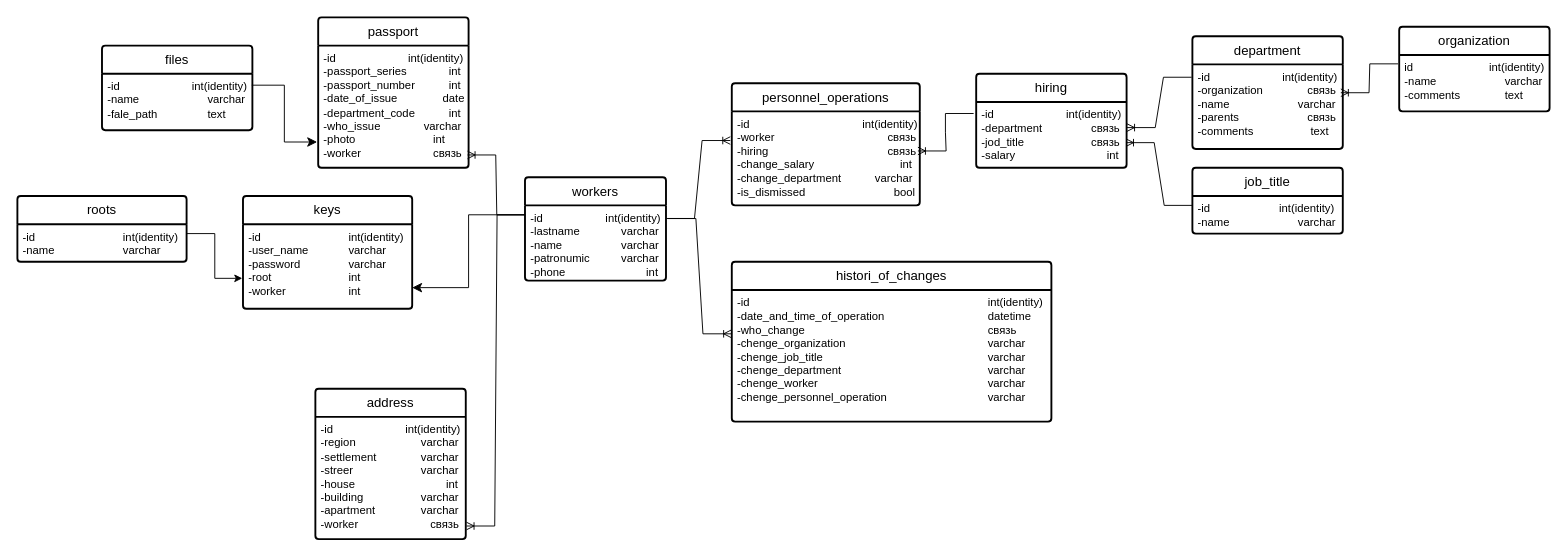
Before: readme md/docs/db.drawio in Bleh23325/hr-tz, a draw.io diagram. Source tidied: cells renumbered, new cells numbered last; positions are measured from the earlier drawing's top-left corner, leaving out a move shared by most shapes. Both pictures are drawn from the tidied source at 94%, with x=0, y=0 at pixel (17, 17).
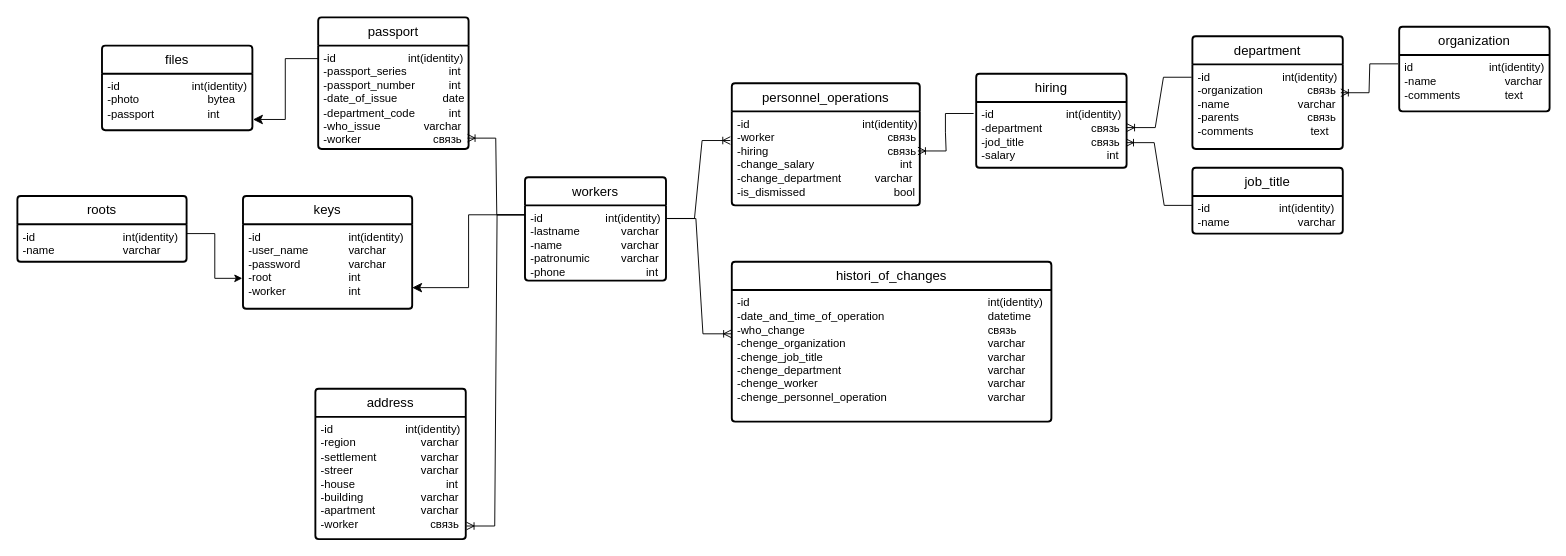
Above is the later version.

Unchanged cells that the change refers to:
```xml
<mxCell id="32" value="files" style="swimlane;horizontal=1;startSize=30;rounded=1;fontSize=14;fontStyle=0;strokeWidth=2;shadow=0;dashed=0;align=center;arcSize=4;whiteSpace=wrap;html=1;" parent="1" vertex="1">
  <mxGeometry x="90" y="30" width="160" height="90" as="geometry" />
</mxCell>
```

The edit, as a diff of the source:
```diff
@@
     <mxCell id="6" value="passport" style="swimlane;horizontal=1;startSize=30;rounded=1;fontSize=14;fontStyle=0;strokeWidth=2;shadow=0;dashed=0;align=center;arcSize=4;whiteSpace=wrap;html=1;" parent="1" vertex="1">
-      <mxGeometry x="320" width="160" height="160" as="geometry" />
+      <mxGeometry x="320" width="160" height="140" as="geometry" />
     </mxCell>
-    <mxCell id="7" value="-id&lt;span style=&quot;white-space: pre;&quot;&gt;&#9;&lt;/span&gt;&lt;span style=&quot;white-space: pre;&quot;&gt;&#9;&lt;/span&gt;&lt;span style=&quot;white-space: pre;&quot;&gt;&#9;&lt;/span&gt;&amp;nbsp; &amp;nbsp;int(identity)&lt;div&gt;-passport_series&lt;span style=&quot;white-space: pre;&quot;&gt;&#9;&lt;/span&gt;&lt;span style=&quot;white-space: pre;&quot;&gt;&#9;&lt;/span&gt;int&lt;/div&gt;&lt;div&gt;-passport_number&lt;span style=&quot;white-space: pre;&quot;&gt;&#9;&lt;/span&gt;&lt;span style=&quot;white-space: pre;&quot;&gt;&#9;&lt;/span&gt;int&lt;/div&gt;&lt;div&gt;-date_of_issue&lt;span style=&quot;white-space: pre;&quot;&gt;&#9;&lt;/span&gt;&amp;nbsp; &amp;nbsp; &amp;nbsp; date&lt;/div&gt;&lt;div&gt;-department_code&lt;span style=&quot;white-space: pre;&quot;&gt;&#9;&lt;span style=&quot;white-space: pre;&quot;&gt;&#9;&lt;/span&gt;&lt;/span&gt;int&lt;/div&gt;&lt;div&gt;-who_issue&lt;span style=&quot;white-space: pre;&quot;&gt;&#9;&lt;/span&gt;&lt;span style=&quot;white-space: pre;&quot;&gt;&#9;&lt;/span&gt;varchar&lt;/div&gt;&lt;div&gt;-photo&lt;span style=&quot;white-space: pre;&quot;&gt;&#9;&lt;/span&gt;&lt;span style=&quot;white-space: pre;&quot;&gt;&#9;&lt;/span&gt;&lt;span style=&quot;white-space: pre;&quot;&gt;&#9;&lt;/span&gt;&amp;nbsp; &amp;nbsp;int&lt;/div&gt;&lt;div&gt;-worker&lt;span style=&quot;white-space: pre;&quot;&gt;&#9;&lt;/span&gt;&lt;span style=&quot;white-space: pre;&quot;&gt;&#9;&lt;/span&gt;&lt;span style=&quot;white-space: pre;&quot;&gt;&#9;&lt;/span&gt;&amp;nbsp; &amp;nbsp;связь&lt;/div&gt;" style="align=left;strokeColor=none;fillColor=none;spacingLeft=4;fontSize=12;verticalAlign=top;html=1;" parent="6" vertex="1">
-      <mxGeometry y="30" width="160" height="130" as="geometry" />
+    <mxCell id="7" value="-id&lt;span style=&quot;white-space: pre;&quot;&gt;&#9;&lt;/span&gt;&lt;span style=&quot;white-space: pre;&quot;&gt;&#9;&lt;/span&gt;&lt;span style=&quot;white-space: pre;&quot;&gt;&#9;&lt;/span&gt;&amp;nbsp; &amp;nbsp;int(identity)&lt;div&gt;-passport_series&lt;span style=&quot;white-space: pre;&quot;&gt;&#9;&lt;/span&gt;&lt;span style=&quot;white-space: pre;&quot;&gt;&#9;&lt;/span&gt;int&lt;/div&gt;&lt;div&gt;-passport_number&lt;span style=&quot;white-space: pre;&quot;&gt;&#9;&lt;/span&gt;&lt;span style=&quot;white-space: pre;&quot;&gt;&#9;&lt;/span&gt;int&lt;/div&gt;&lt;div&gt;-date_of_issue&lt;span style=&quot;white-space: pre;&quot;&gt;&#9;&lt;/span&gt;&amp;nbsp; &amp;nbsp; &amp;nbsp; date&lt;/div&gt;&lt;div&gt;-department_code&lt;span style=&quot;white-space: pre;&quot;&gt;&#9;&lt;span style=&quot;white-space: pre;&quot;&gt;&#9;&lt;/span&gt;&lt;/span&gt;int&lt;/div&gt;&lt;div&gt;-who_issue&lt;span style=&quot;white-space: pre;&quot;&gt;&#9;&lt;/span&gt;&lt;span style=&quot;white-space: pre;&quot;&gt;&#9;&lt;/span&gt;varchar&lt;/div&gt;&lt;div&gt;-worker&lt;span style=&quot;white-space: pre;&quot;&gt;&#9;&lt;/span&gt;&lt;span style=&quot;white-space: pre;&quot;&gt;&#9;&lt;/span&gt;&lt;span style=&quot;white-space: pre;&quot;&gt;&#9;&lt;/span&gt;&amp;nbsp; &amp;nbsp;связь&lt;/div&gt;" style="align=left;strokeColor=none;fillColor=none;spacingLeft=4;fontSize=12;verticalAlign=top;html=1;" parent="6" vertex="1">
+      <mxGeometry y="30" width="160" height="110" as="geometry" />
     </mxCell>
@@
-    <mxCell id="33" value="-id&lt;span style=&quot;white-space: pre;&quot;&gt;&#9;&lt;/span&gt;&lt;span style=&quot;white-space: pre;&quot;&gt;&#9;&lt;/span&gt;&lt;span style=&quot;white-space: pre;&quot;&gt;&#9;&lt;/span&gt;&amp;nbsp; &amp;nbsp;int(identity)&lt;div&gt;-name&lt;span style=&quot;white-space: pre;&quot;&gt;&#9;&lt;/span&gt;&lt;span style=&quot;white-space: pre;&quot;&gt;&#9;&lt;/span&gt;&lt;span style=&quot;white-space: pre;&quot;&gt;&#9;&lt;/span&gt;varchar&lt;/div&gt;&lt;div&gt;-fale_path&lt;span style=&quot;white-space: pre;&quot;&gt;&#9;&lt;/span&gt;&lt;span style=&quot;white-space: pre;&quot;&gt;&#9;&lt;/span&gt;text&lt;/div&gt;" style="align=left;strokeColor=none;fillColor=none;spacingLeft=4;fontSize=12;verticalAlign=top;html=1;" parent="32" vertex="1">
+    <mxCell id="33" value="-id&lt;span style=&quot;white-space: pre;&quot;&gt;&#9;&lt;/span&gt;&lt;span style=&quot;white-space: pre;&quot;&gt;&#9;&lt;/span&gt;&lt;span style=&quot;white-space: pre;&quot;&gt;&#9;&lt;/span&gt;&amp;nbsp; &amp;nbsp;int(identity)&lt;div&gt;-photo&lt;span style=&quot;white-space: pre;&quot;&gt;&#9;&lt;/span&gt;&lt;span style=&quot;white-space: pre;&quot;&gt;&#9;&lt;/span&gt;&lt;span style=&quot;white-space: pre;&quot;&gt;&#9;&lt;/span&gt;bytea&lt;/div&gt;&lt;div&gt;-passport&lt;span style=&quot;white-space: pre;&quot;&gt;&#9;&lt;/span&gt;&lt;span style=&quot;white-space: pre;&quot;&gt;&#9;&lt;/span&gt;&lt;span style=&quot;white-space: pre;&quot;&gt;&#9;&lt;/span&gt;int&lt;/div&gt;" style="align=left;strokeColor=none;fillColor=none;spacingLeft=4;fontSize=12;verticalAlign=top;html=1;" parent="32" vertex="1">
       <mxGeometry y="30" width="160" height="60" as="geometry" />
     </mxCell>
@@
-    <mxCell id="35" style="edgeStyle=elbowEdgeStyle;elbow=horizontal;endArrow=classic;html=1;curved=0;rounded=0;endSize=8;startSize=8;exitX=0.996;exitY=0.202;exitDx=0;exitDy=0;exitPerimeter=0;entryX=-0.007;entryY=0.789;entryDx=0;entryDy=0;entryPerimeter=0;" parent="1" edge="1" source="33" target="7">
-      <mxGeometry relative="1" as="geometry" />
-    </mxCell>
@@
+    <mxCell id="38" style="edgeStyle=elbowEdgeStyle;elbow=horizontal;endArrow=classic;html=1;curved=0;rounded=0;endSize=8;startSize=8;entryX=1.004;entryY=0.81;entryDx=0;entryDy=0;entryPerimeter=0;exitX=0;exitY=0.126;exitDx=0;exitDy=0;exitPerimeter=0;" parent="1" edge="1" source="7" target="33">
+      <mxGeometry relative="1" as="geometry" />
+    </mxCell>
```
